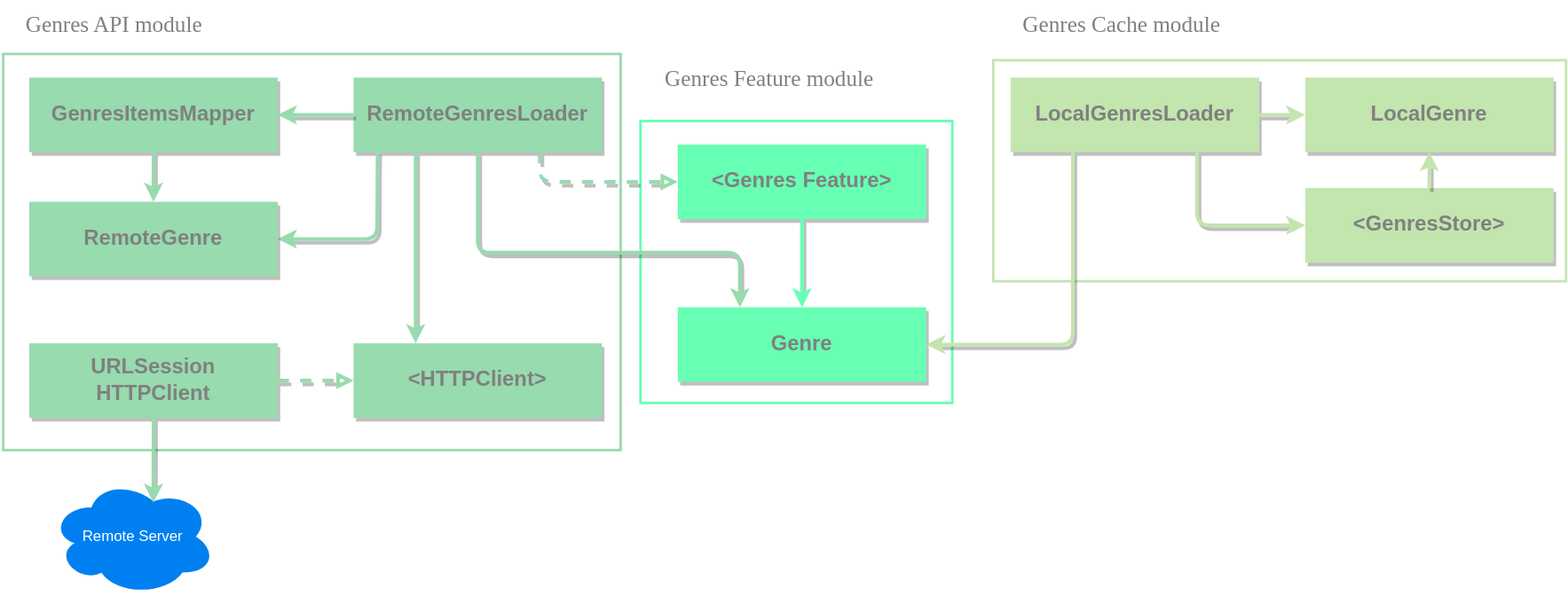
Before: Podcasts Genres List/Genres List UI/dependency.drawio.svg, a diagram exported from draw.io (alexnikol/AnyCast). Source tidied: cells renumbered, new cells last; positions are measured from the earlier drawing's top-left corner, leaving out a move shared by most shapes.
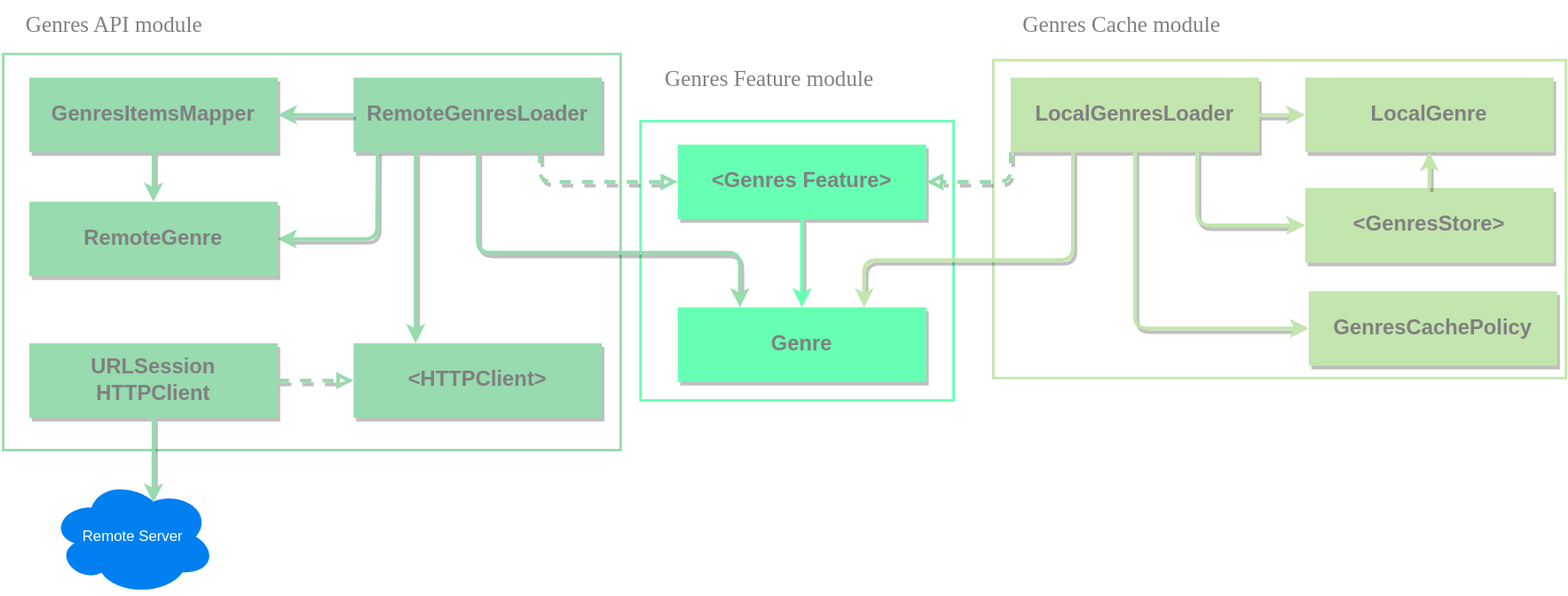
After the commit.

Commit message:
Dependancy diagram updated

The edit, as a diff of the source:
```diff
@@ -3,10 +3,10 @@
     <mxCell id="0" />
     <mxCell id="1" parent="0" />
     <mxCell id="2" style="rounded=0;whiteSpace=wrap;html=1;strokeWidth=2;strokeColor=#C3E5AE;fillColor=none;" parent="1" vertex="1">
-      <mxGeometry x="799" y="48" width="461" height="178" as="geometry" />
+      <mxGeometry x="799" y="48" width="461" height="256" as="geometry" />
     </mxCell>
     <mxCell id="3" style="rounded=0;whiteSpace=wrap;html=1;strokeWidth=2;strokeColor=#66FFB3;fillColor=none;" parent="1" vertex="1">
-      <mxGeometry x="515" y="97" width="251" height="227" as="geometry" />
+      <mxGeometry x="515" y="97" width="252" height="225" as="geometry" />
     </mxCell>
     <mxCell id="4" style="rounded=0;whiteSpace=wrap;html=1;strokeWidth=2;strokeColor=#97DBAE;fillColor=none;" parent="1" vertex="1">
       <mxGeometry x="2" y="43" width="497" height="319" as="geometry" />
@@ -97,10 +97,11 @@
         </Array>
       </mxGeometry>
     </mxCell>
-    <mxCell id="26" style="edgeStyle=none;html=1;exitX=0.25;exitY=1;exitDx=0;exitDy=0;fontSize=17;fontColor=#999900;strokeColor=#C3E5AE;fillColor=#a20025;strokeWidth=3;shadow=1;entryX=1;entryY=0.5;entryDx=0;entryDy=0;" parent="1" edge="1" source="20" target="23">
+    <mxCell id="26" style="edgeStyle=none;html=1;exitX=0.25;exitY=1;exitDx=0;exitDy=0;fontSize=17;fontColor=#999900;strokeColor=#C3E5AE;fillColor=#a20025;strokeWidth=3;shadow=1;entryX=0.75;entryY=0;entryDx=0;entryDy=0;" parent="1" edge="1" source="20" target="23">
       <mxGeometry relative="1" as="geometry">
         <Array as="points">
-          <mxPoint x="863" y="277" />
+          <mxPoint x="863" y="209" />
+          <mxPoint x="695" y="209" />
         </Array>
       </mxGeometry>
     </mxCell>
@@ -136,5 +137,22 @@
         </Array>
       </mxGeometry>
     </mxCell>
+    <mxCell id="35" style="edgeStyle=none;html=1;exitX=0;exitY=1;exitDx=0;exitDy=0;fontSize=17;fontColor=#999900;strokeColor=#97DBAE;fillColor=#a20025;strokeWidth=3;rounded=1;dashed=1;shadow=1;endArrow=block;endFill=0;entryX=1;entryY=0.5;entryDx=0;entryDy=0;" parent="1" edge="1" source="20" target="8">
+      <mxGeometry relative="1" as="geometry">
+        <Array as="points">
+          <mxPoint x="813" y="146" />
+        </Array>
+      </mxGeometry>
+    </mxCell>
+    <mxCell id="36" value="GenresCachePolicy" style="rounded=0;whiteSpace=wrap;html=1;fontSize=17;fontColor=#808080;strokeColor=none;strokeWidth=3;fillColor=#C3E5AE;fontStyle=1;gradientColor=none;shadow=1;" parent="1" vertex="1">
+      <mxGeometry x="1053" y="234" width="200" height="60" as="geometry" />
+    </mxCell>
+    <mxCell id="37" style="edgeStyle=none;html=1;fontSize=17;fontColor=#999900;strokeColor=#C3E5AE;fillColor=#a20025;strokeWidth=3;shadow=1;entryX=0;entryY=0.5;entryDx=0;entryDy=0;exitX=0.5;exitY=1;exitDx=0;exitDy=0;" parent="1" edge="1" source="20" target="36">
+      <mxGeometry relative="1" as="geometry">
+        <Array as="points">
+          <mxPoint x="913" y="264" />
+        </Array>
+      </mxGeometry>
+    </mxCell>
   </root>
 </mxGraphModel>
```
